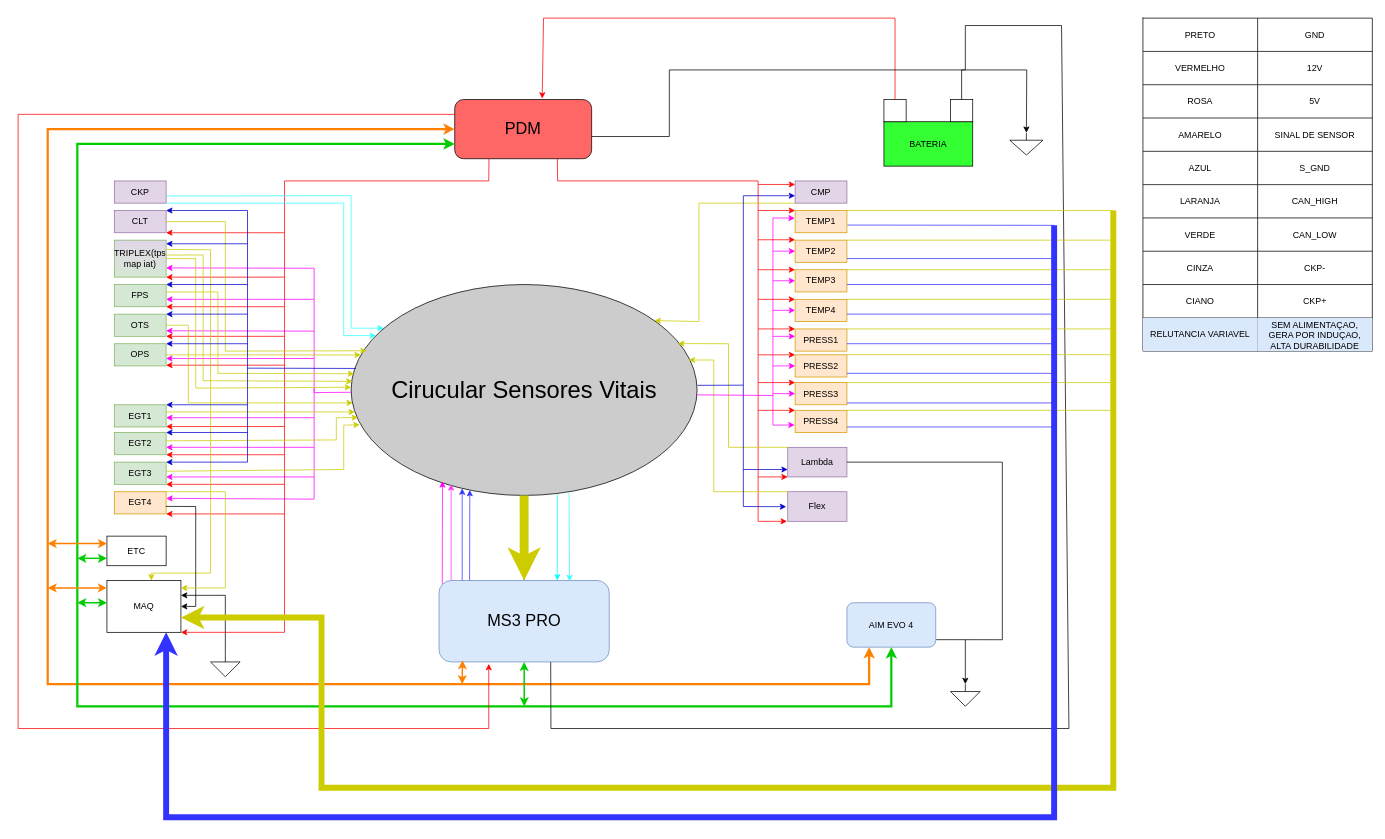
This is MalhaSensores_Mesa.drawio from tutorres/FormulaMM, a draw.io file, before an edit. Source tidied: cells renumbered, new cells numbered last; positions are measured from the earlier drawing's top-left corner, leaving out a move shared by most shapes. Both pictures are drawn from the tidied source at 74%, with x=0, y=0 at pixel (18, 18).
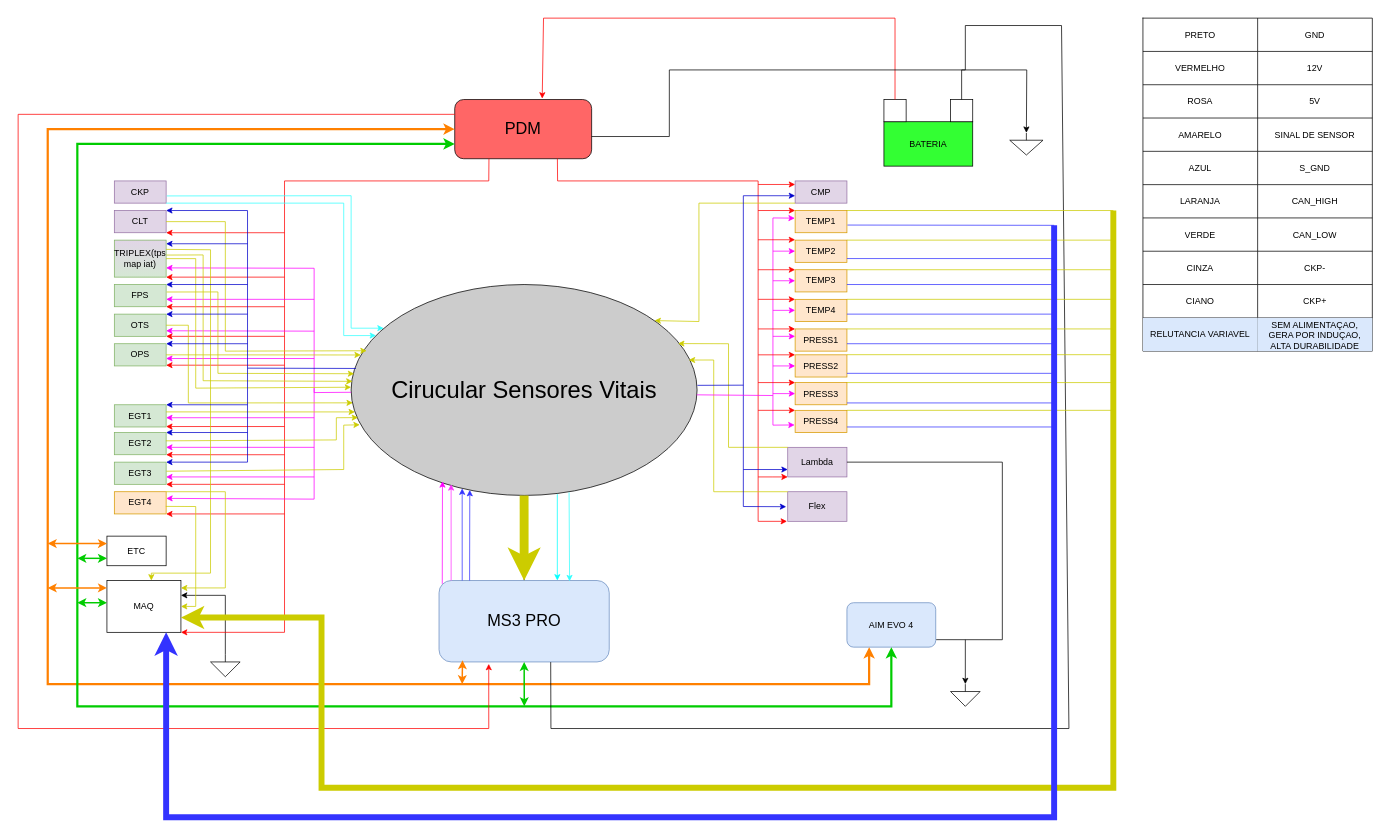
The same page after the edit.

Unchanged cells that the change refers to:
```xml
<mxCell id="19" value="MAQ" style="rounded=0;whiteSpace=wrap;html=1;" parent="1" vertex="1">
  <mxGeometry x="120" y="760" width="100" height="70" as="geometry" />
</mxCell>
<mxCell id="81" value="EGT4" style="rounded=0;whiteSpace=wrap;html=1;fillColor=#ffe6cc;strokeColor=#d79b00;" parent="1" vertex="1">
  <mxGeometry x="130" y="640" width="70" height="30" as="geometry" />
</mxCell>
```

The edit, as a diff of the source:
```diff
@@
-    <mxCell id="133" style="endArrow=classic;html=1;rounded=0;exitX=0.993;exitY=0.661;exitDx=0;exitDy=0;entryX=1;entryY=0.5;entryDx=0;entryDy=0;exitPerimeter=0;" parent="1" edge="1" source="81" target="19">
+    <mxCell id="133" style="endArrow=classic;html=1;rounded=0;exitX=0.993;exitY=0.661;exitDx=0;exitDy=0;entryX=1;entryY=0.5;entryDx=0;entryDy=0;exitPerimeter=0;strokeColor=#CCCC00;" parent="1" edge="1" source="81" target="19">
       <mxGeometry relative="1" as="geometry">
         <Array as="points">
           <mxPoint x="240" y="660" />
           <mxPoint x="240" y="795" />
         </Array>
       </mxGeometry>
     </mxCell>
```
